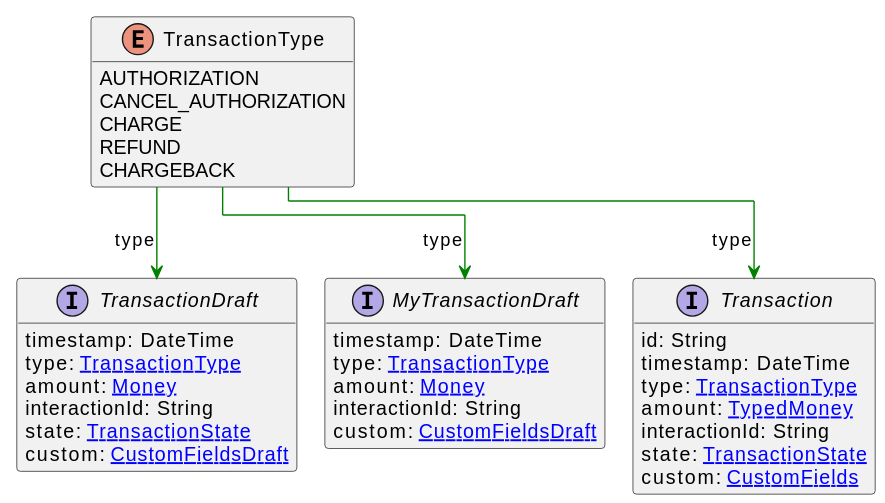
Earlier version of the PlantUML export uml/api/svg/TransactionType.svg (commercetools/commercetools-api-reference). Its diagram source:
```plantuml
@startuml
!pragma layout elk
hide methods
enum TransactionType {
    AUTHORIZATION
    CANCEL_AUTHORIZATION
    CHARGE
    REFUND
    CHARGEBACK
}
interface MyTransactionDraft [[MyTransactionDraft.svg]]  {
    timestamp: DateTime
    type: [[TransactionType.svg TransactionType]]
    amount: [[Money.svg Money]]
    interactionId: String
    custom: [[CustomFieldsDraft.svg CustomFieldsDraft]]
}
interface Transaction [[Transaction.svg]]  {
    id: String
    timestamp: DateTime
    type: [[TransactionType.svg TransactionType]]
    amount: [[TypedMoney.svg TypedMoney]]
    interactionId: String
    state: [[TransactionState.svg TransactionState]]
    custom: [[CustomFields.svg CustomFields]]
}
interface TransactionDraft [[TransactionDraft.svg]]  {
    timestamp: DateTime
    type: [[TransactionType.svg TransactionType]]
    amount: [[Money.svg Money]]
    interactionId: String
    state: [[TransactionState.svg TransactionState]]
    custom: [[CustomFieldsDraft.svg CustomFieldsDraft]]
}
TransactionType --> MyTransactionDraft #green;text:green : "type"
TransactionType --> Transaction #green;text:green : "type"
TransactionType --> TransactionDraft #green;text:green : "type"
@enduml
```
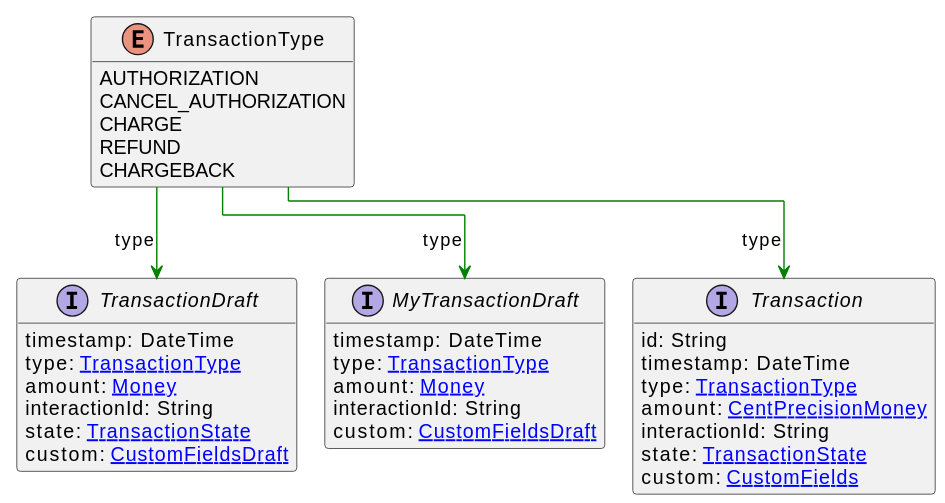
The same diagram one commit later.

The edit, as a diff of the source:
```diff
@@ -19,7 +19,7 @@
     id: String
     timestamp: DateTime
     type: [[TransactionType.svg TransactionType]]
-    amount: [[TypedMoney.svg TypedMoney]]
+    amount: [[CentPrecisionMoney.svg CentPrecisionMoney]]
     interactionId: String
     state: [[TransactionState.svg TransactionState]]
     custom: [[CustomFields.svg CustomFields]]
```
